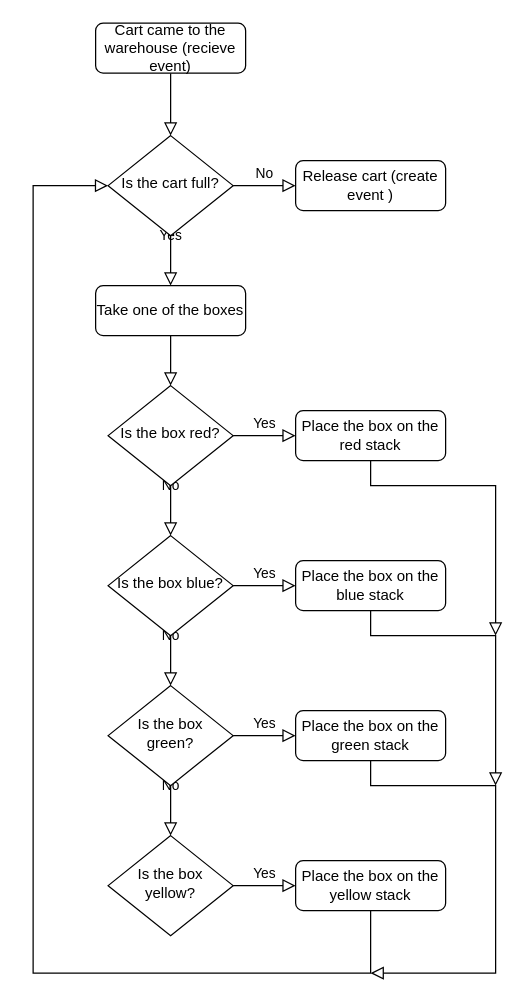
Ravenofshadow999/ZAMP keeps this draw.io diagram as Untitled Diagram.drawio. Above is the earlier version. Source tidied: cells renumbered, new cells numbered last; positions are measured from the earlier drawing's top-left corner, leaving out a move shared by most shapes. Both pictures are drawn from the tidied source at 125%, with x=0, y=0 at pixel (32, 22).
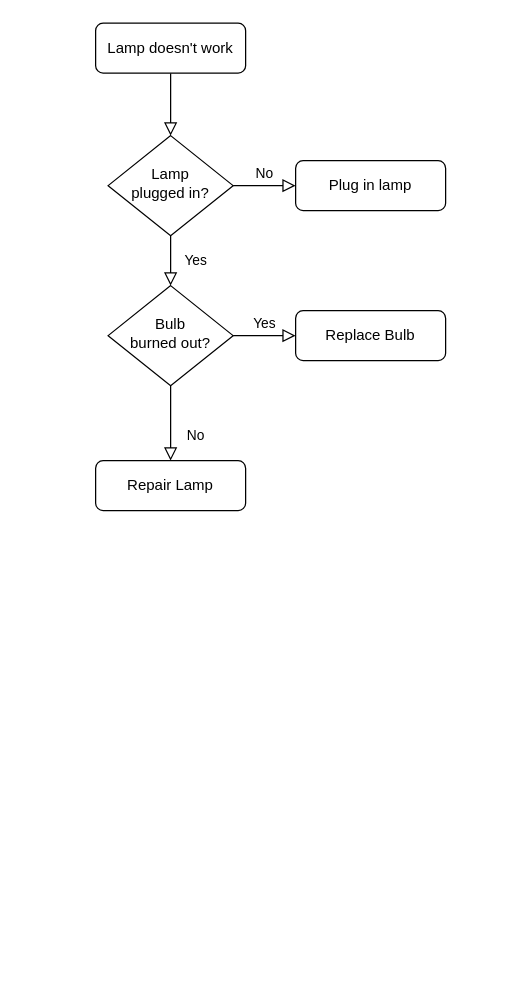
The same page after the edit.

Change to the diagram source:
```diff
@@
-    <mxCell id="3" value="Cart came to the warehouse (recieve event)" style="rounded=1;whiteSpace=wrap;html=1;fontSize=12;glass=0;strokeWidth=1;shadow=0;" parent="1" vertex="1">
+    <mxCell id="3" value="Lamp doesn't work" style="rounded=1;whiteSpace=wrap;html=1;fontSize=12;glass=0;strokeWidth=1;shadow=0;" parent="1" vertex="1">
       <mxGeometry x="50" width="120" height="40" as="geometry" />
     </mxCell>
-    <mxCell id="4" value="Yes" style="rounded=0;html=1;jettySize=auto;fontSize=11;endArrow=block;endFill=0;endSize=8;strokeWidth=1;shadow=0;labelBackgroundColor=none;edgeStyle=orthogonalEdgeStyle;" parent="1" edge="1" source="6">
-      <mxGeometry y="20" relative="1" as="geometry">
-        <mxPoint x="110" y="210" as="targetPoint" />
-      </mxGeometry>
+    <mxCell id="4" value="Yes" style="rounded=0;html=1;jettySize=auto;fontSize=11;endArrow=block;endFill=0;endSize=8;strokeWidth=1;shadow=0;labelBackgroundColor=none;edgeStyle=orthogonalEdgeStyle;" parent="1" edge="1" source="6" target="31">
+      <mxGeometry y="20" relative="1" as="geometry" />
     </mxCell>
@@
-    <mxCell id="6" value="Is the cart full?" style="rhombus;whiteSpace=wrap;html=1;shadow=0;fontFamily=Helvetica;fontSize=12;align=center;strokeWidth=1;spacing=6;spacingTop=-4;" parent="1" vertex="1">
+    <mxCell id="6" value="Lamp&lt;br&gt;plugged in?" style="rhombus;whiteSpace=wrap;html=1;shadow=0;fontFamily=Helvetica;fontSize=12;align=center;strokeWidth=1;spacing=6;spacingTop=-4;" parent="1" vertex="1">
       <mxGeometry x="60" y="90" width="100" height="80" as="geometry" />
     </mxCell>
-    <mxCell id="7" value="Release cart (create event )" style="rounded=1;whiteSpace=wrap;html=1;fontSize=12;glass=0;strokeWidth=1;shadow=0;" parent="1" vertex="1">
+    <mxCell id="7" value="Plug in lamp" style="rounded=1;whiteSpace=wrap;html=1;fontSize=12;glass=0;strokeWidth=1;shadow=0;" parent="1" vertex="1">
       <mxGeometry x="210" y="110" width="120" height="40" as="geometry" />
     </mxCell>
-    <mxCell id="8" value="&lt;div&gt;Take one of the boxes&lt;/div&gt;" style="rounded=1;whiteSpace=wrap;html=1;fontSize=12;glass=0;strokeWidth=1;shadow=0;" parent="1" vertex="1">
-      <mxGeometry x="50" y="210" width="120" height="40" as="geometry" />
-    </mxCell>
-    <mxCell id="9" style="rounded=0;html=1;jettySize=auto;fontSize=11;endArrow=block;endFill=0;endSize=8;strokeWidth=1;shadow=0;labelBackgroundColor=none;edgeStyle=orthogonalEdgeStyle;exitX=0.5;exitY=1;exitDx=0;exitDy=0;entryX=0.5;entryY=0;entryDx=0;entryDy=0;" parent="1" edge="1" source="8">
-      <mxGeometry relative="1" as="geometry">
-        <mxPoint x="110" y="290" as="targetPoint" />
-      </mxGeometry>
-    </mxCell>
-    <mxCell id="10" value="No" style="rounded=0;html=1;jettySize=auto;fontSize=11;endArrow=block;endFill=0;endSize=8;strokeWidth=1;shadow=0;labelBackgroundColor=none;edgeStyle=orthogonalEdgeStyle;" parent="1" edge="1" source="12">
-      <mxGeometry y="20" relative="1" as="geometry">
-        <mxPoint x="110" y="410" as="targetPoint" />
-      </mxGeometry>
-    </mxCell>
-    <mxCell id="11" value="Yes" style="edgeStyle=orthogonalEdgeStyle;rounded=0;html=1;jettySize=auto;fontSize=11;endArrow=block;endFill=0;endSize=8;strokeWidth=1;shadow=0;labelBackgroundColor=none;" parent="1" edge="1" source="12" target="13">
-      <mxGeometry y="10" relative="1" as="geometry" />
-    </mxCell>
-    <mxCell id="12" value="Is the box red?" style="rhombus;whiteSpace=wrap;html=1;shadow=0;fontFamily=Helvetica;fontSize=12;align=center;strokeWidth=1;spacing=6;spacingTop=-4;" parent="1" vertex="1">
-      <mxGeometry x="60" y="290" width="100" height="80" as="geometry" />
-    </mxCell>
-    <mxCell id="13" value="Place the box on the red stack" style="rounded=1;whiteSpace=wrap;html=1;fontSize=12;glass=0;strokeWidth=1;shadow=0;" parent="1" vertex="1">
-      <mxGeometry x="210" y="310" width="120" height="40" as="geometry" />
-    </mxCell>
-    <mxCell id="14" value="No" style="rounded=0;html=1;jettySize=auto;fontSize=11;endArrow=block;endFill=0;endSize=8;strokeWidth=1;shadow=0;labelBackgroundColor=none;edgeStyle=orthogonalEdgeStyle;" parent="1" edge="1" source="16">
-      <mxGeometry y="20" relative="1" as="geometry">
-        <mxPoint x="110" y="530" as="targetPoint" />
-      </mxGeometry>
-    </mxCell>
-    <mxCell id="15" value="Yes" style="edgeStyle=orthogonalEdgeStyle;rounded=0;html=1;jettySize=auto;fontSize=11;endArrow=block;endFill=0;endSize=8;strokeWidth=1;shadow=0;labelBackgroundColor=none;" parent="1" edge="1" source="16" target="17">
-      <mxGeometry y="10" relative="1" as="geometry" />
-    </mxCell>
-    <mxCell id="16" value="Is the box blue?" style="rhombus;whiteSpace=wrap;html=1;shadow=0;fontFamily=Helvetica;fontSize=12;align=center;strokeWidth=1;spacing=6;spacingTop=-4;" parent="1" vertex="1">
-      <mxGeometry x="60" y="410" width="100" height="80" as="geometry" />
-    </mxCell>
-    <mxCell id="17" value="Place the box on the blue stack" style="rounded=1;whiteSpace=wrap;html=1;fontSize=12;glass=0;strokeWidth=1;shadow=0;" parent="1" vertex="1">
-      <mxGeometry x="210" y="430" width="120" height="40" as="geometry" />
-    </mxCell>
-    <mxCell id="18" value="No" style="rounded=0;html=1;jettySize=auto;fontSize=11;endArrow=block;endFill=0;endSize=8;strokeWidth=1;shadow=0;labelBackgroundColor=none;edgeStyle=orthogonalEdgeStyle;" parent="1" edge="1" source="20">
-      <mxGeometry y="20" relative="1" as="geometry">
-        <mxPoint x="110" y="650" as="targetPoint" />
-      </mxGeometry>
-    </mxCell>
-    <mxCell id="19" value="Yes" style="edgeStyle=orthogonalEdgeStyle;rounded=0;html=1;jettySize=auto;fontSize=11;endArrow=block;endFill=0;endSize=8;strokeWidth=1;shadow=0;labelBackgroundColor=none;" parent="1" edge="1" source="20" target="21">
-      <mxGeometry y="10" relative="1" as="geometry" />
-    </mxCell>
-    <mxCell id="20" value="Is the box green?" style="rhombus;whiteSpace=wrap;html=1;shadow=0;fontFamily=Helvetica;fontSize=12;align=center;strokeWidth=1;spacing=6;spacingTop=-4;" parent="1" vertex="1">
-      <mxGeometry x="60" y="530" width="100" height="80" as="geometry" />
-    </mxCell>
-    <mxCell id="21" value="Place the box on the green stack" style="rounded=1;whiteSpace=wrap;html=1;fontSize=12;glass=0;strokeWidth=1;shadow=0;" parent="1" vertex="1">
-      <mxGeometry x="210" y="550" width="120" height="40" as="geometry" />
-    </mxCell>
-    <mxCell id="22" value="Yes" style="edgeStyle=orthogonalEdgeStyle;rounded=0;html=1;jettySize=auto;fontSize=11;endArrow=block;endFill=0;endSize=8;strokeWidth=1;shadow=0;labelBackgroundColor=none;" parent="1" edge="1" source="23" target="24">
-      <mxGeometry y="10" relative="1" as="geometry" />
-    </mxCell>
-    <mxCell id="23" value="Is the box yellow?" style="rhombus;whiteSpace=wrap;html=1;shadow=0;fontFamily=Helvetica;fontSize=12;align=center;strokeWidth=1;spacing=6;spacingTop=-4;" parent="1" vertex="1">
-      <mxGeometry x="60" y="650" width="100" height="80" as="geometry" />
-    </mxCell>
-    <mxCell id="24" value="Place the box on the yellow stack" style="rounded=1;whiteSpace=wrap;html=1;fontSize=12;glass=0;strokeWidth=1;shadow=0;" parent="1" vertex="1">
-      <mxGeometry x="210" y="670" width="120" height="40" as="geometry" />
-    </mxCell>
-    <mxCell id="25" style="rounded=0;html=1;jettySize=auto;fontSize=11;endArrow=block;endFill=0;endSize=8;strokeWidth=1;shadow=0;labelBackgroundColor=none;edgeStyle=orthogonalEdgeStyle;entryX=0;entryY=0.5;entryDx=0;entryDy=0;exitX=0.5;exitY=1;exitDx=0;exitDy=0;" parent="1" edge="1" source="24" target="6">
-      <mxGeometry relative="1" as="geometry">
-        <Array as="points">
-          <mxPoint x="270" y="760" />
-          <mxPoint y="760" />
-          <mxPoint y="130" />
-        </Array>
-      </mxGeometry>
-    </mxCell>
-    <mxCell id="26" style="rounded=0;html=1;jettySize=auto;fontSize=11;endArrow=block;endFill=0;endSize=8;strokeWidth=1;shadow=0;labelBackgroundColor=none;edgeStyle=orthogonalEdgeStyle;exitX=0.5;exitY=1;exitDx=0;exitDy=0;" parent="1" edge="1" source="13">
-      <mxGeometry relative="1" as="geometry">
-        <mxPoint x="370" y="490" as="targetPoint" />
-        <Array as="points">
-          <mxPoint x="270" y="370" />
-          <mxPoint x="370" y="370" />
-        </Array>
-      </mxGeometry>
-    </mxCell>
-    <mxCell id="27" style="rounded=0;html=1;jettySize=auto;fontSize=11;endArrow=block;endFill=0;endSize=8;strokeWidth=1;shadow=0;labelBackgroundColor=none;edgeStyle=orthogonalEdgeStyle;exitX=0.5;exitY=1;exitDx=0;exitDy=0;" parent="1" edge="1" source="17">
-      <mxGeometry relative="1" as="geometry">
-        <mxPoint x="370" y="610" as="targetPoint" />
-        <Array as="points">
-          <mxPoint x="270" y="490" />
-          <mxPoint x="370" y="490" />
-        </Array>
-      </mxGeometry>
-    </mxCell>
-    <mxCell id="28" style="rounded=0;html=1;jettySize=auto;fontSize=11;endArrow=block;endFill=0;endSize=8;strokeWidth=1;shadow=0;labelBackgroundColor=none;edgeStyle=orthogonalEdgeStyle;exitX=0.5;exitY=1;exitDx=0;exitDy=0;" parent="1" edge="1" source="21">
-      <mxGeometry relative="1" as="geometry">
-        <mxPoint x="270" y="760" as="targetPoint" />
-        <Array as="points">
-          <mxPoint x="270" y="610" />
-          <mxPoint x="370" y="610" />
-          <mxPoint x="370" y="760" />
-        </Array>
-      </mxGeometry>
-    </mxCell>
+    <mxCell id="29" value="No" style="rounded=0;html=1;jettySize=auto;fontSize=11;endArrow=block;endFill=0;endSize=8;strokeWidth=1;shadow=0;labelBackgroundColor=none;edgeStyle=orthogonalEdgeStyle;" parent="1" edge="1" source="31" target="32">
+      <mxGeometry x="0.33" y="20" relative="1" as="geometry" />
+    </mxCell>
+    <mxCell id="30" value="Yes" style="edgeStyle=orthogonalEdgeStyle;rounded=0;html=1;jettySize=auto;fontSize=11;endArrow=block;endFill=0;endSize=8;strokeWidth=1;shadow=0;labelBackgroundColor=none;" parent="1" edge="1" source="31" target="33">
+      <mxGeometry y="10" relative="1" as="geometry" />
+    </mxCell>
+    <mxCell id="31" value="Bulb&lt;br&gt;burned out?" style="rhombus;whiteSpace=wrap;html=1;shadow=0;fontFamily=Helvetica;fontSize=12;align=center;strokeWidth=1;spacing=6;spacingTop=-4;" parent="1" vertex="1">
+      <mxGeometry x="60" y="210" width="100" height="80" as="geometry" />
+    </mxCell>
+    <mxCell id="32" value="Repair Lamp" style="rounded=1;whiteSpace=wrap;html=1;fontSize=12;glass=0;strokeWidth=1;shadow=0;" parent="1" vertex="1">
+      <mxGeometry x="50" y="350" width="120" height="40" as="geometry" />
+    </mxCell>
+    <mxCell id="33" value="Replace Bulb" style="rounded=1;whiteSpace=wrap;html=1;fontSize=12;glass=0;strokeWidth=1;shadow=0;" parent="1" vertex="1">
+      <mxGeometry x="210" y="230" width="120" height="40" as="geometry" />
+    </mxCell>
```
